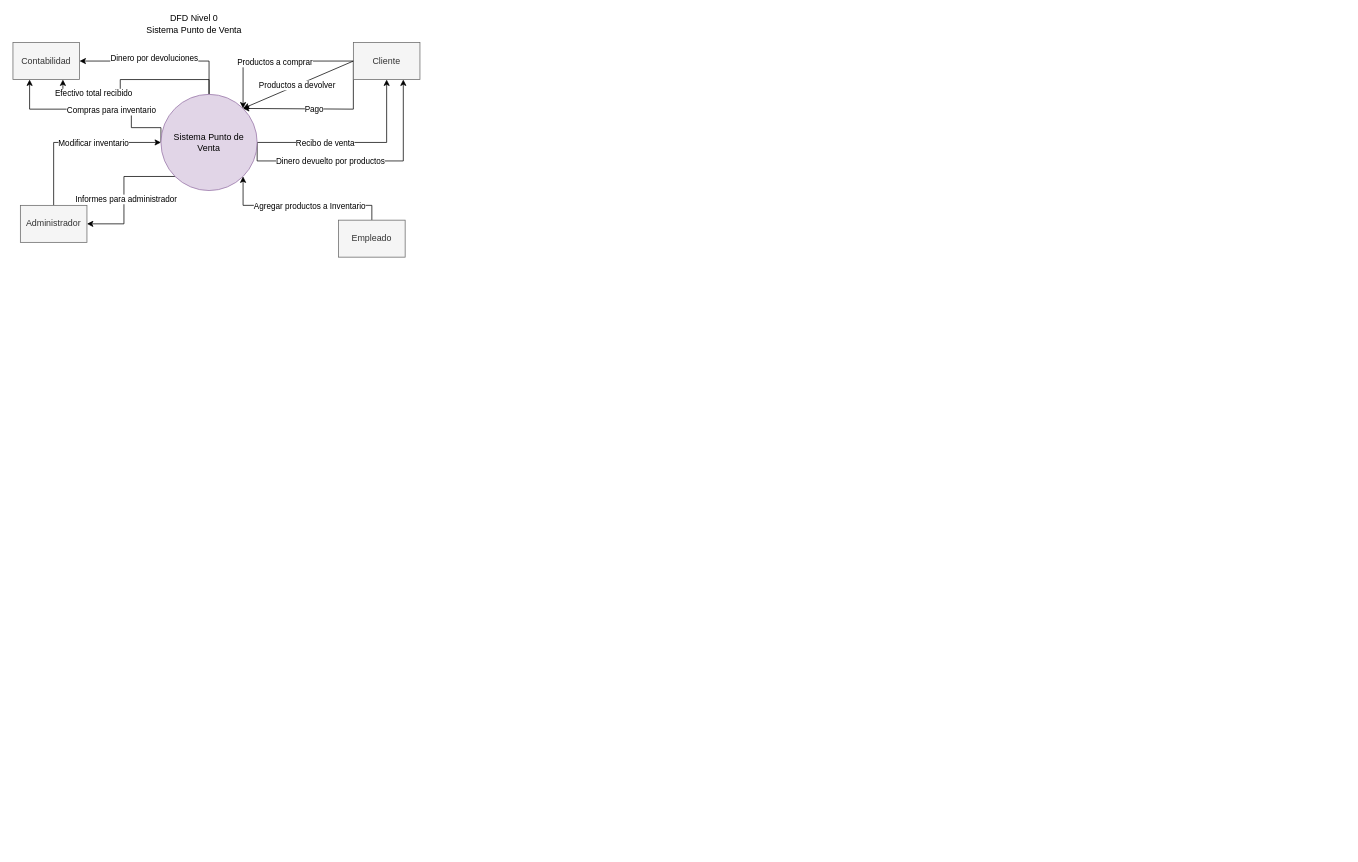
This is DFD Proyecto Ing. Software.drawio from misiomishi/itcj, a draw.io file, before an edit. Source tidied: cells renumbered, new cells numbered last; positions are measured from the earlier drawing's top-left corner, leaving out a move shared by most shapes. Both pictures are drawn from the tidied source at 74%, with x=0, y=0 at pixel (13, 13).
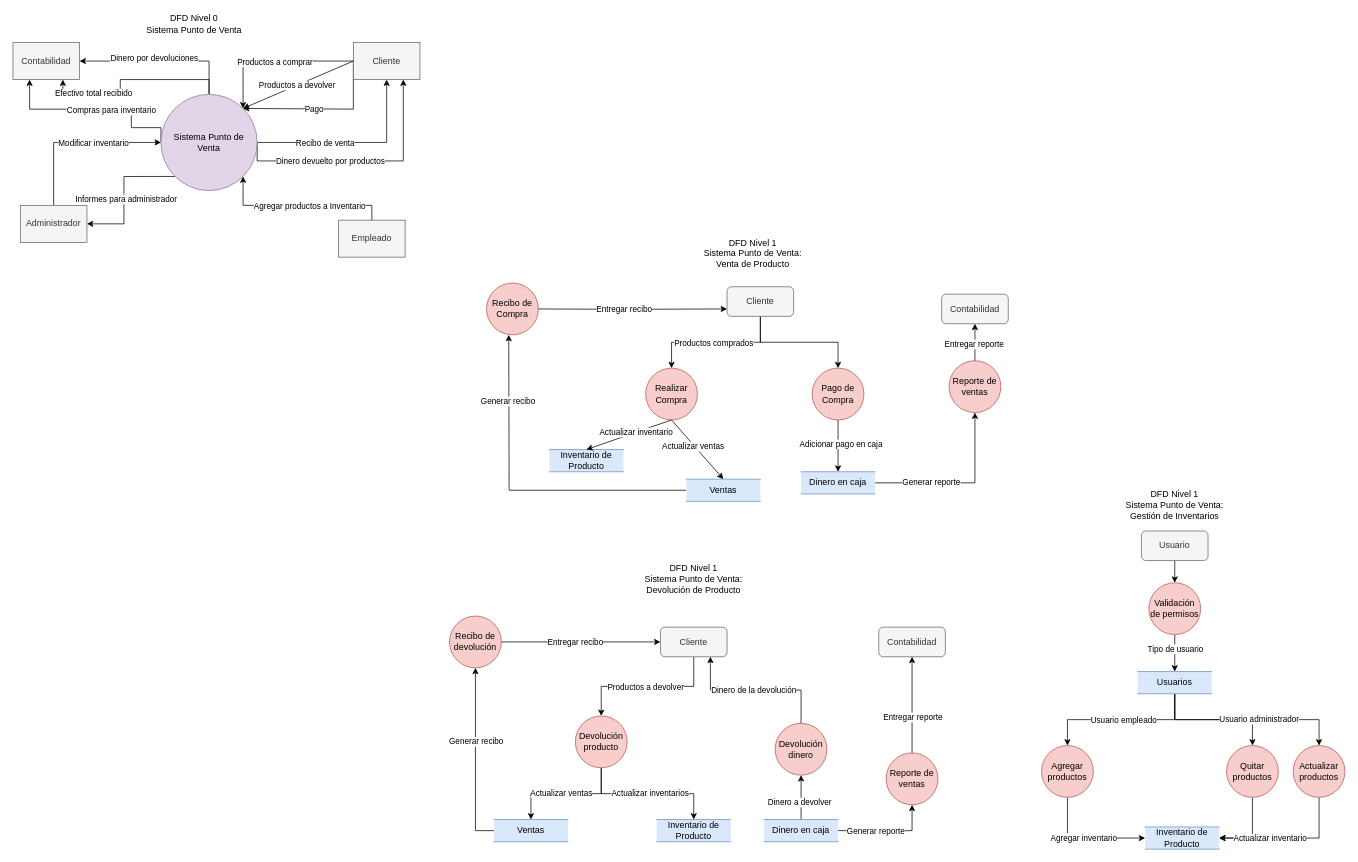
The same diagram, later.

Diff of the diagram source:
```diff
@@
+    <mxCell id="30" value="DFD Nivel 1&lt;div&gt;Sistema Punto de Venta: Venta de Producto&lt;/div&gt;" style="text;html=1;align=center;verticalAlign=middle;whiteSpace=wrap;rounded=0;" parent="1" vertex="1">
+      <mxGeometry x="925" y="310" width="150" height="30" as="geometry" />
+    </mxCell>
+    <mxCell id="31" value="Realizar Compra" style="shape=ellipse;html=1;dashed=0;whiteSpace=wrap;perimeter=ellipsePerimeter;fillColor=#f8cecc;strokeColor=#b85450;" parent="1" vertex="1">
+      <mxGeometry x="855" y="480" width="70" height="70" as="geometry" />
+    </mxCell>
+    <mxCell id="32" style="edgeStyle=orthogonalEdgeStyle;rounded=0;jettySize=auto;html=1;exitX=0.5;exitY=1;exitDx=0;exitDy=0;entryX=0.5;entryY=0;entryDx=0;entryDy=0;" parent="1" edge="1" source="34" target="47">
+      <mxGeometry relative="1" as="geometry" />
+    </mxCell>
+    <mxCell id="33" value="Adicionar pago en caja" style="edgeLabel;html=1;align=center;verticalAlign=middle;" parent="32" vertex="1">
+      <mxGeometry x="-0.09" y="3" relative="1" as="geometry" />
+    </mxCell>
+    <mxCell id="34" value="Pago de Compra" style="shape=ellipse;html=1;dashed=0;whiteSpace=wrap;perimeter=ellipsePerimeter;fillColor=#f8cecc;strokeColor=#b85450;" parent="1" vertex="1">
+      <mxGeometry x="1080" y="480" width="70" height="70" as="geometry" />
+    </mxCell>
+    <mxCell id="35" style="edgeStyle=orthogonalEdgeStyle;rounded=0;jettySize=auto;html=1;exitX=1;exitY=0.5;exitDx=0;exitDy=0;entryX=0;entryY=0.75;entryDx=0;entryDy=0;" parent="1" edge="1" target="51">
+      <mxGeometry relative="1" as="geometry">
+        <mxPoint x="705" y="400" as="sourcePoint" />
+      </mxGeometry>
+    </mxCell>
+    <mxCell id="36" value="Entregar recibo" style="edgeLabel;html=1;align=center;verticalAlign=middle;" parent="35" vertex="1">
+      <mxGeometry x="-0.31" y="2" relative="1" as="geometry">
+        <mxPoint x="30" y="2" as="offset" />
+      </mxGeometry>
+    </mxCell>
+    <mxCell id="37" value="Recibo de Compra" style="shape=ellipse;html=1;dashed=0;whiteSpace=wrap;perimeter=ellipsePerimeter;fillColor=#f8cecc;strokeColor=#b85450;" parent="1" vertex="1">
+      <mxGeometry x="640" y="365" width="70" height="70" as="geometry" />
+    </mxCell>
+    <mxCell id="38" style="edgeStyle=orthogonalEdgeStyle;rounded=0;jettySize=auto;html=1;exitX=0.5;exitY=0;exitDx=0;exitDy=0;entryX=0.5;entryY=1;entryDx=0;entryDy=0;" parent="1" edge="1" source="40" target="52">
+      <mxGeometry relative="1" as="geometry" />
+    </mxCell>
+    <mxCell id="39" value="Entregar reporte" style="edgeLabel;html=1;align=center;verticalAlign=middle;" parent="38" vertex="1">
+      <mxGeometry x="-0.09" y="2" relative="1" as="geometry" />
+    </mxCell>
+    <mxCell id="40" value="Reporte de ventas" style="shape=ellipse;html=1;dashed=0;whiteSpace=wrap;perimeter=ellipsePerimeter;fillColor=#f8cecc;strokeColor=#b85450;" parent="1" vertex="1">
+      <mxGeometry x="1265" y="470" width="70" height="70" as="geometry" />
+    </mxCell>
+    <mxCell id="41" style="edgeStyle=orthogonalEdgeStyle;rounded=0;jettySize=auto;html=1;exitX=0;exitY=0.5;exitDx=0;exitDy=0;entryX=0.5;entryY=1;entryDx=0;entryDy=0;" parent="1" edge="1" source="43">
+      <mxGeometry relative="1" as="geometry">
+        <mxPoint x="670" y="435" as="targetPoint" />
+      </mxGeometry>
+    </mxCell>
+    <mxCell id="42" value="Generar recibo" style="edgeLabel;html=1;align=center;verticalAlign=middle;" parent="41" vertex="1">
+      <mxGeometry x="0.6" y="2" relative="1" as="geometry" />
+    </mxCell>
+    <mxCell id="43" value="Ventas" style="html=1;dashed=0;whiteSpace=wrap;shape=partialRectangle;right=0;left=0;fillColor=#dae8fc;strokeColor=#6c8ebf;" parent="1" vertex="1">
+      <mxGeometry x="910" y="630" width="100" height="30" as="geometry" />
+    </mxCell>
+    <mxCell id="44" value="Inventario de Producto" style="html=1;dashed=0;whiteSpace=wrap;shape=partialRectangle;right=0;left=0;fillColor=#dae8fc;strokeColor=#6c8ebf;" parent="1" vertex="1">
+      <mxGeometry x="725" y="590" width="100" height="30" as="geometry" />
+    </mxCell>
+    <mxCell id="45" style="edgeStyle=orthogonalEdgeStyle;rounded=0;jettySize=auto;html=1;exitX=1;exitY=0.5;exitDx=0;exitDy=0;entryX=0.5;entryY=1;entryDx=0;entryDy=0;" parent="1" edge="1" source="47" target="40">
+      <mxGeometry relative="1" as="geometry" />
+    </mxCell>
+    <mxCell id="46" value="Generar reporte" style="edgeLabel;html=1;align=center;verticalAlign=middle;" parent="45" vertex="1">
+      <mxGeometry x="-0.35" y="2" relative="1" as="geometry" />
+    </mxCell>
+    <mxCell id="47" value="Dinero en caja" style="html=1;dashed=0;whiteSpace=wrap;shape=partialRectangle;right=0;left=0;fillColor=#dae8fc;strokeColor=#6c8ebf;" parent="1" vertex="1">
+      <mxGeometry x="1065" y="620" width="100" height="30" as="geometry" />
+    </mxCell>
+    <mxCell id="48" style="edgeStyle=orthogonalEdgeStyle;rounded=0;jettySize=auto;html=1;exitX=0.5;exitY=1;exitDx=0;exitDy=0;entryX=0.5;entryY=0;entryDx=0;entryDy=0;" parent="1" edge="1" source="51" target="31">
+      <mxGeometry relative="1" as="geometry" />
+    </mxCell>
+    <mxCell id="49" value="Productos comprados" style="edgeLabel;html=1;align=center;verticalAlign=middle;" parent="48" vertex="1">
+      <mxGeometry x="0.04" relative="1" as="geometry" />
+    </mxCell>
+    <mxCell id="50" style="edgeStyle=orthogonalEdgeStyle;rounded=0;jettySize=auto;html=1;exitX=0.5;exitY=1;exitDx=0;exitDy=0;" parent="1" edge="1" source="51" target="34">
+      <mxGeometry relative="1" as="geometry" />
+    </mxCell>
+    <mxCell id="51" value="Cliente" style="rounded=1;whiteSpace=wrap;html=1;fillColor=#f5f5f5;fontColor=#333333;strokeColor=#666666;" parent="1" vertex="1">
+      <mxGeometry x="965" y="370" width="90" height="40" as="geometry" />
+    </mxCell>
+    <mxCell id="52" value="Contabilidad" style="rounded=1;whiteSpace=wrap;html=1;fillColor=#f5f5f5;fontColor=#333333;strokeColor=#666666;" parent="1" vertex="1">
+      <mxGeometry x="1255" y="380" width="90" height="40" as="geometry" />
+    </mxCell>
+    <mxCell id="53" style="endArrow=classic;html=1;rounded=0;exitX=0.5;exitY=1;exitDx=0;exitDy=0;entryX=0.5;entryY=0;entryDx=0;entryDy=0;" parent="1" edge="1" source="31" target="44">
+      <mxGeometry relative="1" as="geometry" />
+    </mxCell>
+    <mxCell id="54" value="Actualizar inventario" style="edgeLabel;html=1;align=center;verticalAlign=middle;" parent="53" vertex="1">
+      <mxGeometry x="-0.16" y="-1" relative="1" as="geometry">
+        <mxPoint y="1" as="offset" />
+      </mxGeometry>
+    </mxCell>
+    <mxCell id="55" style="endArrow=classic;html=1;rounded=0;exitX=0.5;exitY=1;exitDx=0;exitDy=0;entryX=0.5;entryY=0;entryDx=0;entryDy=0;" parent="1" edge="1" source="31" target="43">
+      <mxGeometry relative="1" as="geometry" />
+    </mxCell>
+    <mxCell id="56" value="Actualizar ventas" style="edgeLabel;html=1;align=center;verticalAlign=middle;" parent="55" vertex="1">
+      <mxGeometry x="-0.16" y="-1" relative="1" as="geometry">
+        <mxPoint y="1" as="offset" />
+      </mxGeometry>
+    </mxCell>
+    <mxCell id="57" value="DFD Nivel 1&lt;div&gt;Sistema Punto de Venta: Devolución de Producto&lt;/div&gt;" style="text;html=1;align=center;verticalAlign=middle;whiteSpace=wrap;rounded=0;" parent="1" vertex="1">
+      <mxGeometry x="845" y="750" width="150" height="30" as="geometry" />
+    </mxCell>
+    <mxCell id="58" style="edgeStyle=orthogonalEdgeStyle;rounded=0;jettySize=auto;html=1;exitX=0.5;exitY=1;exitDx=0;exitDy=0;entryX=0.5;entryY=0;entryDx=0;entryDy=0;" parent="1" edge="1" source="60" target="66">
+      <mxGeometry relative="1" as="geometry" />
+    </mxCell>
+    <mxCell id="59" value="Productos a devolver" style="edgeLabel;html=1;align=center;verticalAlign=middle;" parent="58" vertex="1">
+      <mxGeometry x="0.21" y="1" relative="1" as="geometry">
+        <mxPoint x="18" as="offset" />
+      </mxGeometry>
+    </mxCell>
+    <mxCell id="60" value="Cliente" style="rounded=1;whiteSpace=wrap;html=1;fillColor=#f5f5f5;fontColor=#333333;strokeColor=#666666;" parent="1" vertex="1">
+      <mxGeometry x="875" y="830" width="90" height="40" as="geometry" />
+    </mxCell>
+    <mxCell id="61" value="Contabilidad" style="rounded=1;whiteSpace=wrap;html=1;fillColor=#f5f5f5;fontColor=#333333;strokeColor=#666666;" parent="1" vertex="1">
+      <mxGeometry x="1170" y="830" width="90" height="40" as="geometry" />
+    </mxCell>
+    <mxCell id="62" style="edgeStyle=orthogonalEdgeStyle;rounded=0;jettySize=auto;html=1;exitX=0.5;exitY=1;exitDx=0;exitDy=0;entryX=0.5;entryY=0;entryDx=0;entryDy=0;" parent="1" edge="1" source="66" target="76">
+      <mxGeometry relative="1" as="geometry" />
+    </mxCell>
+    <mxCell id="63" value="Actualizar inventarios" style="edgeLabel;html=1;align=center;verticalAlign=middle;" parent="62" vertex="1">
+      <mxGeometry x="0.24" y="1" relative="1" as="geometry">
+        <mxPoint x="-21" as="offset" />
+      </mxGeometry>
+    </mxCell>
+    <mxCell id="64" style="edgeStyle=orthogonalEdgeStyle;rounded=0;jettySize=auto;html=1;exitX=0.5;exitY=1;exitDx=0;exitDy=0;entryX=0.5;entryY=0;entryDx=0;entryDy=0;" parent="1" edge="1" source="66" target="79">
+      <mxGeometry relative="1" as="geometry" />
+    </mxCell>
+    <mxCell id="65" value="Actualizar ventas" style="edgeLabel;html=1;align=center;verticalAlign=middle;" parent="64" vertex="1">
+      <mxGeometry x="0.13" y="-2" relative="1" as="geometry">
+        <mxPoint x="3" as="offset" />
+      </mxGeometry>
+    </mxCell>
+    <mxCell id="66" value="Devolución producto" style="shape=ellipse;html=1;dashed=0;whiteSpace=wrap;perimeter=ellipsePerimeter;fillColor=#f8cecc;strokeColor=#b85450;" parent="1" vertex="1">
+      <mxGeometry x="760" y="950" width="70" height="70" as="geometry" />
+    </mxCell>
+    <mxCell id="67" style="edgeStyle=orthogonalEdgeStyle;rounded=0;jettySize=auto;html=1;exitX=0.5;exitY=0;exitDx=0;exitDy=0;entryX=0.75;entryY=1;entryDx=0;entryDy=0;" parent="1" edge="1" source="69" target="60">
+      <mxGeometry relative="1" as="geometry" />
+    </mxCell>
+    <mxCell id="68" value="Dinero de la devolución" style="edgeLabel;html=1;align=center;verticalAlign=middle;" parent="67" vertex="1">
+      <mxGeometry x="0.11" relative="1" as="geometry">
+        <mxPoint x="8" as="offset" />
+      </mxGeometry>
+    </mxCell>
+    <mxCell id="69" value="Devolución dinero" style="shape=ellipse;html=1;dashed=0;whiteSpace=wrap;perimeter=ellipsePerimeter;fillColor=#f8cecc;strokeColor=#b85450;" parent="1" vertex="1">
+      <mxGeometry x="1030" y="960" width="70" height="70" as="geometry" />
+    </mxCell>
+    <mxCell id="70" style="edgeStyle=orthogonalEdgeStyle;rounded=0;jettySize=auto;html=1;exitX=1;exitY=0.5;exitDx=0;exitDy=0;entryX=0;entryY=0.5;entryDx=0;entryDy=0;" parent="1" edge="1" source="72" target="60">
+      <mxGeometry relative="1" as="geometry" />
+    </mxCell>
+    <mxCell id="71" value="Entregar recibo" style="edgeLabel;html=1;align=center;verticalAlign=middle;" parent="70" vertex="1">
+      <mxGeometry x="-0.43" relative="1" as="geometry">
+        <mxPoint x="38" as="offset" />
+      </mxGeometry>
+    </mxCell>
+    <mxCell id="72" value="Recibo de devolución" style="shape=ellipse;html=1;dashed=0;whiteSpace=wrap;perimeter=ellipsePerimeter;fillColor=#f8cecc;strokeColor=#b85450;" parent="1" vertex="1">
+      <mxGeometry x="590" y="815" width="70" height="70" as="geometry" />
+    </mxCell>
+    <mxCell id="73" style="edgeStyle=orthogonalEdgeStyle;rounded=0;jettySize=auto;html=1;exitX=0.5;exitY=0;exitDx=0;exitDy=0;entryX=0.5;entryY=1;entryDx=0;entryDy=0;" parent="1" edge="1" source="75" target="61">
+      <mxGeometry relative="1" as="geometry" />
+    </mxCell>
+    <mxCell id="74" value="Entregar reporte" style="edgeLabel;html=1;align=center;verticalAlign=middle;" parent="73" vertex="1">
+      <mxGeometry x="-0.25" relative="1" as="geometry" />
+    </mxCell>
+    <mxCell id="75" value="Reporte de ventas" style="shape=ellipse;html=1;dashed=0;whiteSpace=wrap;perimeter=ellipsePerimeter;fillColor=#f8cecc;strokeColor=#b85450;" parent="1" vertex="1">
+      <mxGeometry x="1180" y="1000" width="70" height="70" as="geometry" />
+    </mxCell>
+    <mxCell id="76" value="Inventario de Producto" style="html=1;dashed=0;whiteSpace=wrap;shape=partialRectangle;right=0;left=0;fillColor=#dae8fc;strokeColor=#6c8ebf;" parent="1" vertex="1">
+      <mxGeometry x="870" y="1090" width="100" height="30" as="geometry" />
+    </mxCell>
+    <mxCell id="77" style="edgeStyle=orthogonalEdgeStyle;rounded=0;jettySize=auto;html=1;exitX=0;exitY=0.5;exitDx=0;exitDy=0;entryX=0.5;entryY=1;entryDx=0;entryDy=0;" parent="1" edge="1" source="79" target="72">
+      <mxGeometry relative="1" as="geometry" />
+    </mxCell>
+    <mxCell id="78" value="Generar recibo" style="edgeLabel;html=1;align=center;verticalAlign=middle;" parent="77" vertex="1">
+      <mxGeometry x="0.32" y="4" relative="1" as="geometry">
+        <mxPoint x="4" y="16" as="offset" />
+      </mxGeometry>
+    </mxCell>
+    <mxCell id="79" value="Ventas" style="html=1;dashed=0;whiteSpace=wrap;shape=partialRectangle;right=0;left=0;fillColor=#dae8fc;strokeColor=#6c8ebf;" parent="1" vertex="1">
+      <mxGeometry x="650" y="1090" width="100" height="30" as="geometry" />
+    </mxCell>
+    <mxCell id="80" style="edgeStyle=orthogonalEdgeStyle;rounded=0;jettySize=auto;html=1;exitX=0.5;exitY=0;exitDx=0;exitDy=0;entryX=0.5;entryY=1;entryDx=0;entryDy=0;" parent="1" edge="1" source="84" target="69">
+      <mxGeometry relative="1" as="geometry" />
+    </mxCell>
+    <mxCell id="81" value="Dinero a devolver" style="edgeLabel;html=1;align=center;verticalAlign=middle;" parent="80" vertex="1">
+      <mxGeometry x="-0.21" y="3" relative="1" as="geometry" />
+    </mxCell>
+    <mxCell id="82" style="edgeStyle=orthogonalEdgeStyle;rounded=0;jettySize=auto;html=1;exitX=1;exitY=0.5;exitDx=0;exitDy=0;entryX=0.5;entryY=1;entryDx=0;entryDy=0;" parent="1" edge="1" source="84" target="75">
+      <mxGeometry relative="1" as="geometry" />
+    </mxCell>
+    <mxCell id="83" value="Generar reporte" style="edgeLabel;html=1;align=center;verticalAlign=middle;" parent="82" vertex="1">
+      <mxGeometry x="-0.04" y="-2" relative="1" as="geometry">
+        <mxPoint x="-15" y="-2" as="offset" />
+      </mxGeometry>
+    </mxCell>
+    <mxCell id="84" value="Dinero en caja" style="html=1;dashed=0;whiteSpace=wrap;shape=partialRectangle;right=0;left=0;fillColor=#dae8fc;strokeColor=#6c8ebf;" parent="1" vertex="1">
+      <mxGeometry x="1015" y="1090" width="100" height="30" as="geometry" />
+    </mxCell>
+    <mxCell id="85" value="DFD Nivel 1&lt;div&gt;Sistema Punto de Venta: Gestión de Inventarios&lt;/div&gt;" style="text;html=1;align=center;verticalAlign=middle;whiteSpace=wrap;rounded=0;" parent="1" vertex="1">
+      <mxGeometry x="1495" y="650" width="150" height="30" as="geometry" />
+    </mxCell>
+    <mxCell id="86" style="edgeStyle=orthogonalEdgeStyle;rounded=0;jettySize=auto;html=1;exitX=0.5;exitY=1;exitDx=0;exitDy=0;entryX=0.5;entryY=0;entryDx=0;entryDy=0;" parent="1" edge="1" source="87" target="93">
+      <mxGeometry relative="1" as="geometry" />
+    </mxCell>
+    <mxCell id="87" value="Usuario" style="rounded=1;whiteSpace=wrap;html=1;fillColor=#f5f5f5;fontColor=#333333;strokeColor=#666666;" parent="1" vertex="1">
+      <mxGeometry x="1525" y="700" width="90" height="40" as="geometry" />
+    </mxCell>
+    <mxCell id="88" style="edgeStyle=orthogonalEdgeStyle;rounded=0;jettySize=auto;html=1;exitX=0.5;exitY=1;exitDx=0;exitDy=0;entryX=0;entryY=0.5;entryDx=0;entryDy=0;" parent="1" edge="1" source="90" target="99">
+      <mxGeometry relative="1" as="geometry" />
+    </mxCell>
+    <mxCell id="89" value="Agregar inventario" style="edgeLabel;html=1;align=center;verticalAlign=middle;" parent="88" vertex="1">
+      <mxGeometry x="-0.05" y="1" relative="1" as="geometry" />
+    </mxCell>
+    <mxCell id="90" value="Agregar productos" style="shape=ellipse;html=1;dashed=0;whiteSpace=wrap;perimeter=ellipsePerimeter;fillColor=#f8cecc;strokeColor=#b85450;" parent="1" vertex="1">
+      <mxGeometry x="1390" y="990" width="70" height="70" as="geometry" />
+    </mxCell>
+    <mxCell id="91" style="edgeStyle=orthogonalEdgeStyle;rounded=0;jettySize=auto;html=1;exitX=0.5;exitY=1;exitDx=0;exitDy=0;entryX=0.5;entryY=0;entryDx=0;entryDy=0;" parent="1" edge="1" source="93" target="105">
+      <mxGeometry relative="1" as="geometry" />
+    </mxCell>
+    <mxCell id="92" value="Tipo de usuario" style="edgeLabel;html=1;align=center;verticalAlign=middle;" parent="91" vertex="1">
+      <mxGeometry x="-0.26" relative="1" as="geometry" />
+    </mxCell>
+    <mxCell id="93" value="Validación de permisos" style="shape=ellipse;html=1;dashed=0;whiteSpace=wrap;perimeter=ellipsePerimeter;fillColor=#f8cecc;strokeColor=#b85450;" parent="1" vertex="1">
+      <mxGeometry x="1535" y="770" width="70" height="70" as="geometry" />
+    </mxCell>
+    <mxCell id="94" style="edgeStyle=orthogonalEdgeStyle;rounded=0;jettySize=auto;html=1;exitX=0.5;exitY=1;exitDx=0;exitDy=0;entryX=1;entryY=0.5;entryDx=0;entryDy=0;" parent="1" edge="1" source="95" target="99">
+      <mxGeometry relative="1" as="geometry" />
+    </mxCell>
+    <mxCell id="95" value="Quitar productos" style="shape=ellipse;html=1;dashed=0;whiteSpace=wrap;perimeter=ellipsePerimeter;fillColor=#f8cecc;strokeColor=#b85450;" parent="1" vertex="1">
+      <mxGeometry x="1640" y="990" width="70" height="70" as="geometry" />
+    </mxCell>
+    <mxCell id="96" style="edgeStyle=orthogonalEdgeStyle;rounded=0;jettySize=auto;html=1;exitX=0.5;exitY=1;exitDx=0;exitDy=0;entryX=1;entryY=0.5;entryDx=0;entryDy=0;" parent="1" edge="1" source="98" target="99">
+      <mxGeometry relative="1" as="geometry" />
+    </mxCell>
+    <mxCell id="97" value="Actualizar inventario" style="edgeLabel;html=1;align=center;verticalAlign=middle;" parent="96" vertex="1">
+      <mxGeometry x="0.28" relative="1" as="geometry" />
+    </mxCell>
+    <mxCell id="98" value="Actualizar productos" style="shape=ellipse;html=1;dashed=0;whiteSpace=wrap;perimeter=ellipsePerimeter;fillColor=#f8cecc;strokeColor=#b85450;" parent="1" vertex="1">
+      <mxGeometry x="1730" y="990" width="70" height="70" as="geometry" />
+    </mxCell>
+    <mxCell id="99" value="Inventario de Producto" style="html=1;dashed=0;whiteSpace=wrap;shape=partialRectangle;right=0;left=0;fillColor=#dae8fc;strokeColor=#6c8ebf;" parent="1" vertex="1">
+      <mxGeometry x="1530" y="1100" width="100" height="30" as="geometry" />
+    </mxCell>
+    <mxCell id="100" style="edgeStyle=orthogonalEdgeStyle;rounded=0;jettySize=auto;html=1;exitX=0.5;exitY=1;exitDx=0;exitDy=0;entryX=0.5;entryY=0;entryDx=0;entryDy=0;" parent="1" edge="1" source="105" target="90">
+      <mxGeometry relative="1" as="geometry" />
+    </mxCell>
+    <mxCell id="101" value="Usuario empleado" style="edgeLabel;html=1;align=center;verticalAlign=middle;" parent="100" vertex="1">
+      <mxGeometry x="-0.02" relative="1" as="geometry" />
+    </mxCell>
+    <mxCell id="102" style="edgeStyle=orthogonalEdgeStyle;rounded=0;jettySize=auto;html=1;exitX=0.5;exitY=1;exitDx=0;exitDy=0;entryX=0.5;entryY=0;entryDx=0;entryDy=0;" parent="1" edge="1" source="105" target="95">
+      <mxGeometry relative="1" as="geometry" />
+    </mxCell>
+    <mxCell id="103" style="edgeStyle=orthogonalEdgeStyle;rounded=0;jettySize=auto;html=1;exitX=0.5;exitY=1;exitDx=0;exitDy=0;entryX=0.5;entryY=0;entryDx=0;entryDy=0;" parent="1" edge="1" source="105" target="98">
+      <mxGeometry relative="1" as="geometry" />
+    </mxCell>
+    <mxCell id="104" value="Usuario administrador" style="edgeLabel;html=1;align=center;verticalAlign=middle;" parent="103" vertex="1">
+      <mxGeometry x="0.12" y="1" relative="1" as="geometry" />
+    </mxCell>
+    <mxCell id="105" value="Usuarios" style="html=1;dashed=0;whiteSpace=wrap;shape=partialRectangle;right=0;left=0;fillColor=#dae8fc;strokeColor=#6c8ebf;" parent="1" vertex="1">
+      <mxGeometry x="1520" y="890" width="100" height="30" as="geometry" />
+    </mxCell>
```
